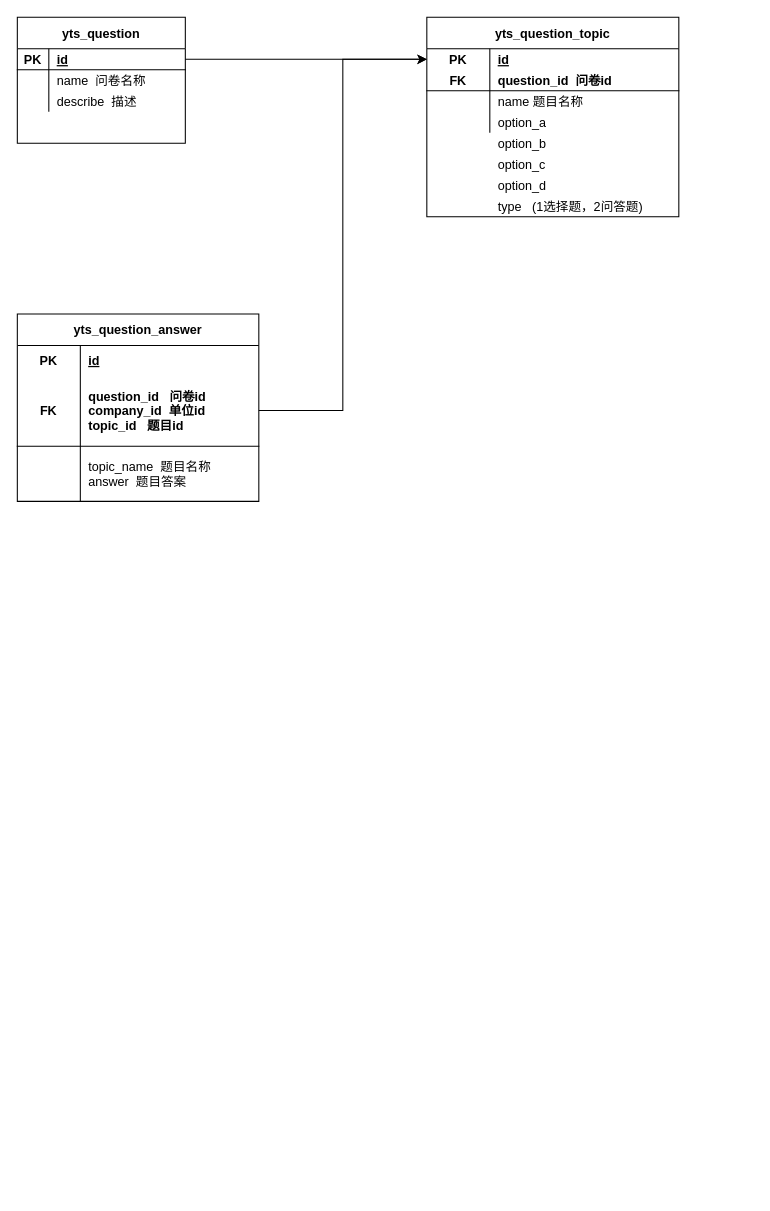
Above: aaa.drawio in yusimiao29/sayhello (draw.io), before the change. Source tidied: cells renumbered, new cells numbered last; positions are measured from the earlier drawing's top-left corner, leaving out a move shared by most shapes. Both pictures are drawn from the tidied source at 105%, with x=0, y=0 at pixel (17, 17).
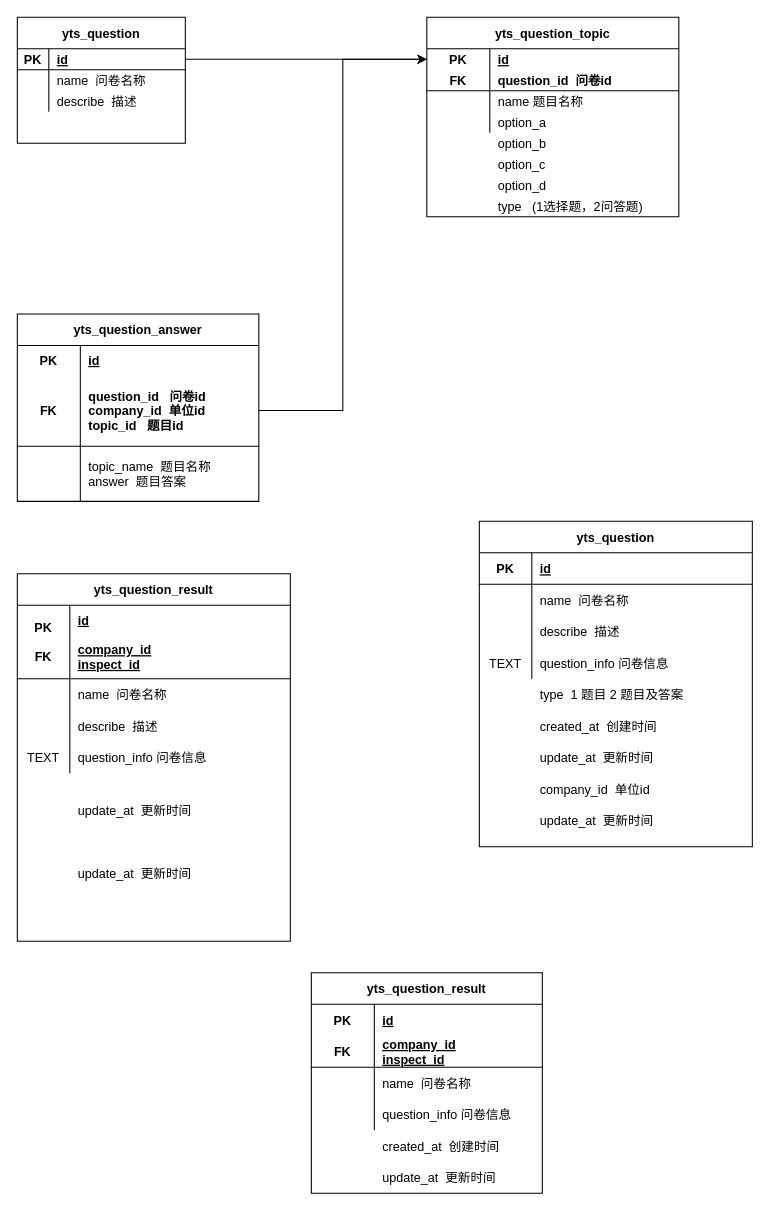
Above is the later version.

Change to the diagram source:
```diff
@@
+    <mxCell id="41" value="yts_question" style="shape=table;startSize=30;childLayout=tableLayout;rowLines=0;fontStyle=1;align=center;" parent="1" vertex="1">
+      <mxGeometry x="440" y="480" width="260" height="310" as="geometry" />
+    </mxCell>
+    <mxCell id="42" style="shape=partialRectangle;fillColor=none;top=0;left=0;bottom=1;right=0;" parent="41" vertex="1">
+      <mxGeometry y="30" width="260" height="30" as="geometry" />
+    </mxCell>
+    <mxCell id="43" value="PK" style="shape=partialRectangle;fillColor=none;top=0;left=0;bottom=0;right=0;fontStyle=1;overflow=hidden;" parent="42" vertex="1">
+      <mxGeometry width="50" height="30" as="geometry" />
+    </mxCell>
+    <mxCell id="44" value="id" style="shape=partialRectangle;fillColor=none;top=0;left=0;bottom=0;right=0;align=left;spacingLeft=6;fontStyle=5;overflow=hidden;" parent="42" vertex="1">
+      <mxGeometry x="50" width="210" height="30" as="geometry" />
+    </mxCell>
+    <mxCell id="45" style="shape=partialRectangle;fillColor=none;top=0;left=0;bottom=0;right=0;" parent="41" vertex="1">
+      <mxGeometry y="60" width="260" height="30" as="geometry" />
+    </mxCell>
+    <mxCell id="46" style="shape=partialRectangle;fillColor=none;top=0;left=0;bottom=0;right=0;overflow=hidden;" parent="45" vertex="1">
+      <mxGeometry width="50" height="30" as="geometry" />
+    </mxCell>
+    <mxCell id="47" value="name  问卷名称" style="shape=partialRectangle;fillColor=none;top=0;left=0;bottom=0;right=0;align=left;spacingLeft=6;overflow=hidden;" parent="45" vertex="1">
+      <mxGeometry x="50" width="210" height="30" as="geometry" />
+    </mxCell>
+    <mxCell id="48" style="shape=partialRectangle;fillColor=none;top=0;left=0;bottom=0;right=0;" parent="41" vertex="1">
+      <mxGeometry y="90" width="260" height="30" as="geometry" />
+    </mxCell>
+    <mxCell id="49" style="shape=partialRectangle;fillColor=none;top=0;left=0;bottom=0;right=0;overflow=hidden;" parent="48" vertex="1">
+      <mxGeometry width="50" height="30" as="geometry" />
+    </mxCell>
+    <mxCell id="50" value="describe  描述" style="shape=partialRectangle;fillColor=none;top=0;left=0;bottom=0;right=0;align=left;spacingLeft=6;overflow=hidden;" parent="48" vertex="1">
+      <mxGeometry x="50" width="210" height="30" as="geometry" />
+    </mxCell>
+    <mxCell id="51" style="shape=partialRectangle;fillColor=none;top=0;left=0;bottom=0;right=0;" parent="41" vertex="1">
+      <mxGeometry y="120" width="260" height="30" as="geometry" />
+    </mxCell>
+    <mxCell id="52" value="TEXT" style="shape=partialRectangle;fillColor=none;top=0;left=0;bottom=0;right=0;overflow=hidden;" parent="51" vertex="1">
+      <mxGeometry width="50" height="30" as="geometry" />
+    </mxCell>
+    <mxCell id="53" value="question_info 问卷信息  " style="shape=partialRectangle;fillColor=none;top=0;left=0;bottom=0;right=0;align=left;spacingLeft=6;overflow=hidden;" parent="51" vertex="1">
+      <mxGeometry x="50" width="210" height="30" as="geometry" />
+    </mxCell>
+    <mxCell id="54" value="type  1 题目 2 题目及答案" style="shape=partialRectangle;fillColor=none;top=0;left=0;bottom=0;right=0;align=left;spacingLeft=6;overflow=hidden;" parent="1" vertex="1">
+      <mxGeometry x="490" y="630" width="210" height="30" as="geometry" />
+    </mxCell>
+    <mxCell id="55" value="company_id  单位id" style="shape=partialRectangle;fillColor=none;top=0;left=0;bottom=0;right=0;align=left;spacingLeft=6;overflow=hidden;" parent="1" vertex="1">
+      <mxGeometry x="490" y="720" width="210" height="30" as="geometry" />
+    </mxCell>
+    <mxCell id="56" value="created_at  创建时间" style="shape=partialRectangle;fillColor=none;top=0;left=0;bottom=0;right=0;align=left;spacingLeft=6;overflow=hidden;" parent="1" vertex="1">
+      <mxGeometry x="490" y="660" width="210" height="30" as="geometry" />
+    </mxCell>
+    <mxCell id="57" value="update_at  更新时间" style="shape=partialRectangle;fillColor=none;top=0;left=0;bottom=0;right=0;align=left;spacingLeft=6;overflow=hidden;" parent="1" vertex="1">
+      <mxGeometry x="490" y="690" width="210" height="30" as="geometry" />
+    </mxCell>
+    <mxCell id="58" value="update_at  更新时间" style="shape=partialRectangle;fillColor=none;top=0;left=0;bottom=0;right=0;align=left;spacingLeft=6;overflow=hidden;" parent="1" vertex="1">
+      <mxGeometry x="490" y="750" width="210" height="30" as="geometry" />
+    </mxCell>
+    <mxCell id="59" value="yts_question_result" style="shape=table;startSize=30;childLayout=tableLayout;rowLines=0;fontStyle=1;align=center;" parent="1" vertex="1">
+      <mxGeometry y="530" width="260" height="350" as="geometry" />
+    </mxCell>
+    <mxCell id="60" style="shape=partialRectangle;fillColor=none;top=0;left=0;bottom=1;right=0;" parent="59" vertex="1">
+      <mxGeometry y="30" width="260" height="70" as="geometry" />
+    </mxCell>
+    <mxCell id="61" value="PK&#10;&#10;FK" style="shape=partialRectangle;fillColor=none;top=0;left=0;bottom=0;right=0;fontStyle=1;overflow=hidden;" parent="60" vertex="1">
+      <mxGeometry width="50" height="70" as="geometry" />
+    </mxCell>
+    <mxCell id="62" value="id&#10;&#10;company_id&#10;inspect_id" style="shape=partialRectangle;fillColor=none;top=0;left=0;bottom=0;right=0;align=left;spacingLeft=6;fontStyle=5;overflow=hidden;" parent="60" vertex="1">
+      <mxGeometry x="50" width="210" height="70" as="geometry" />
+    </mxCell>
+    <mxCell id="63" style="shape=partialRectangle;fillColor=none;top=0;left=0;bottom=0;right=0;" parent="59" vertex="1">
+      <mxGeometry y="100" width="260" height="30" as="geometry" />
+    </mxCell>
+    <mxCell id="64" style="shape=partialRectangle;fillColor=none;top=0;left=0;bottom=0;right=0;overflow=hidden;" parent="63" vertex="1">
+      <mxGeometry width="50" height="30" as="geometry" />
+    </mxCell>
+    <mxCell id="65" value="name  问卷名称" style="shape=partialRectangle;fillColor=none;top=0;left=0;bottom=0;right=0;align=left;spacingLeft=6;overflow=hidden;" parent="63" vertex="1">
+      <mxGeometry x="50" width="210" height="30" as="geometry" />
+    </mxCell>
+    <mxCell id="66" style="shape=partialRectangle;fillColor=none;top=0;left=0;bottom=0;right=0;" parent="59" vertex="1">
+      <mxGeometry y="130" width="260" height="30" as="geometry" />
+    </mxCell>
+    <mxCell id="67" style="shape=partialRectangle;fillColor=none;top=0;left=0;bottom=0;right=0;overflow=hidden;" parent="66" vertex="1">
+      <mxGeometry width="50" height="30" as="geometry" />
+    </mxCell>
+    <mxCell id="68" value="describe  描述" style="shape=partialRectangle;fillColor=none;top=0;left=0;bottom=0;right=0;align=left;spacingLeft=6;overflow=hidden;" parent="66" vertex="1">
+      <mxGeometry x="50" width="210" height="30" as="geometry" />
+    </mxCell>
+    <mxCell id="69" style="shape=partialRectangle;fillColor=none;top=0;left=0;bottom=0;right=0;" parent="59" vertex="1">
+      <mxGeometry y="160" width="260" height="30" as="geometry" />
+    </mxCell>
+    <mxCell id="70" value="TEXT" style="shape=partialRectangle;fillColor=none;top=0;left=0;bottom=0;right=0;overflow=hidden;" parent="69" vertex="1">
+      <mxGeometry width="50" height="30" as="geometry" />
+    </mxCell>
+    <mxCell id="71" value="question_info 问卷信息  " style="shape=partialRectangle;fillColor=none;top=0;left=0;bottom=0;right=0;align=left;spacingLeft=6;overflow=hidden;" parent="69" vertex="1">
+      <mxGeometry x="50" width="210" height="30" as="geometry" />
+    </mxCell>
+    <mxCell id="72" value="update_at  更新时间" style="shape=partialRectangle;fillColor=none;top=0;left=0;bottom=0;right=0;align=left;spacingLeft=6;overflow=hidden;" parent="1" vertex="1">
+      <mxGeometry x="50" y="740" width="210" height="30" as="geometry" />
+    </mxCell>
+    <mxCell id="73" value="update_at  更新时间" style="shape=partialRectangle;fillColor=none;top=0;left=0;bottom=0;right=0;align=left;spacingLeft=6;overflow=hidden;" parent="1" vertex="1">
+      <mxGeometry x="50" y="800" width="210" height="30" as="geometry" />
+    </mxCell>
+    <mxCell id="74" value="yts_question_result" style="shape=table;startSize=30;childLayout=tableLayout;rowLines=0;fontStyle=1;align=center;" parent="1" vertex="1">
+      <mxGeometry x="280" y="910" width="220" height="210" as="geometry" />
+    </mxCell>
+    <mxCell id="75" style="shape=partialRectangle;fillColor=none;top=0;left=0;bottom=0;right=0;" parent="74" vertex="1">
+      <mxGeometry y="30" width="220" height="30" as="geometry" />
+    </mxCell>
+    <mxCell id="76" value="PK" style="shape=partialRectangle;fillColor=none;top=0;left=0;bottom=0;right=0;fontStyle=1;overflow=hidden;" parent="75" vertex="1">
+      <mxGeometry width="60" height="30" as="geometry" />
+    </mxCell>
+    <mxCell id="77" value="id" style="shape=partialRectangle;fillColor=none;top=0;left=0;bottom=0;right=0;align=left;spacingLeft=6;fontStyle=5;overflow=hidden;" parent="75" vertex="1">
+      <mxGeometry x="60" width="160" height="30" as="geometry" />
+    </mxCell>
+    <mxCell id="78" style="shape=partialRectangle;fillColor=none;top=0;left=0;bottom=1;right=0;" parent="74" vertex="1">
+      <mxGeometry y="60" width="220" height="30" as="geometry" />
+    </mxCell>
+    <mxCell id="79" value="FK" style="shape=partialRectangle;fillColor=none;top=0;left=0;bottom=0;right=0;fontStyle=1;overflow=hidden;" parent="78" vertex="1">
+      <mxGeometry width="60" height="30" as="geometry" />
+    </mxCell>
+    <mxCell id="80" value="company_id&#10;inspect_id" style="shape=partialRectangle;fillColor=none;top=0;left=0;bottom=0;right=0;align=left;spacingLeft=6;fontStyle=5;overflow=hidden;" parent="78" vertex="1">
+      <mxGeometry x="60" width="160" height="30" as="geometry" />
+    </mxCell>
+    <mxCell id="81" style="shape=partialRectangle;fillColor=none;top=0;left=0;bottom=0;right=0;" parent="74" vertex="1">
+      <mxGeometry y="90" width="220" height="30" as="geometry" />
+    </mxCell>
+    <mxCell id="82" style="shape=partialRectangle;fillColor=none;top=0;left=0;bottom=0;right=0;overflow=hidden;" parent="81" vertex="1">
+      <mxGeometry width="60" height="30" as="geometry" />
+    </mxCell>
+    <mxCell id="83" value="name  问卷名称" style="shape=partialRectangle;fillColor=none;top=0;left=0;bottom=0;right=0;align=left;spacingLeft=6;overflow=hidden;" parent="81" vertex="1">
+      <mxGeometry x="60" width="160" height="30" as="geometry" />
+    </mxCell>
+    <mxCell id="84" style="shape=partialRectangle;fillColor=none;top=0;left=0;bottom=0;right=0;" parent="74" vertex="1">
+      <mxGeometry y="120" width="220" height="30" as="geometry" />
+    </mxCell>
+    <mxCell id="85" style="shape=partialRectangle;fillColor=none;top=0;left=0;bottom=0;right=0;overflow=hidden;" parent="84" vertex="1">
+      <mxGeometry width="60" height="30" as="geometry" />
+    </mxCell>
+    <mxCell id="86" value="question_info 问卷信息  " style="shape=partialRectangle;fillColor=none;top=0;left=0;bottom=0;right=0;align=left;spacingLeft=6;overflow=hidden;" parent="84" vertex="1">
+      <mxGeometry x="60" width="160" height="30" as="geometry" />
+    </mxCell>
+    <mxCell id="87" value="update_at  更新时间" style="shape=partialRectangle;fillColor=none;top=0;left=0;bottom=0;right=0;align=left;spacingLeft=6;overflow=hidden;" parent="1" vertex="1">
+      <mxGeometry x="340" y="1090" width="160" height="30" as="geometry" />
+    </mxCell>
+    <mxCell id="88" value="created_at  创建时间" style="shape=partialRectangle;fillColor=none;top=0;left=0;bottom=0;right=0;align=left;spacingLeft=6;overflow=hidden;" parent="1" vertex="1">
+      <mxGeometry x="340" y="1060" width="160" height="30" as="geometry" />
+    </mxCell>
```
